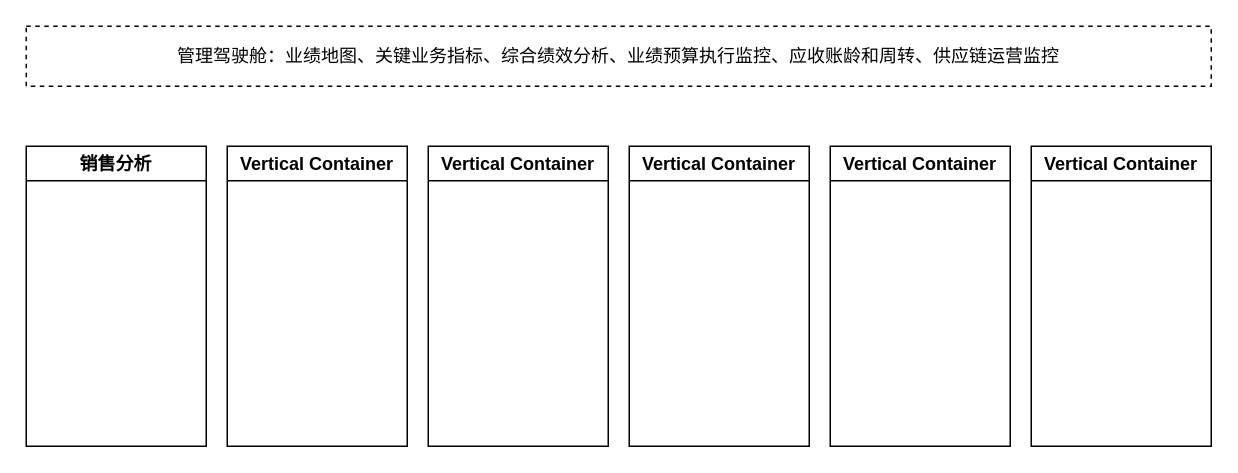
Before: zym-报表&BI架构.drawio in ztacode/drawio, a draw.io diagram. Source tidied: cells renumbered, new cells numbered last; positions are measured from the earlier drawing's top-left corner, leaving out a move shared by most shapes. Both pictures are drawn from the tidied source at 150%, with x=0, y=0 at pixel (26, 26).
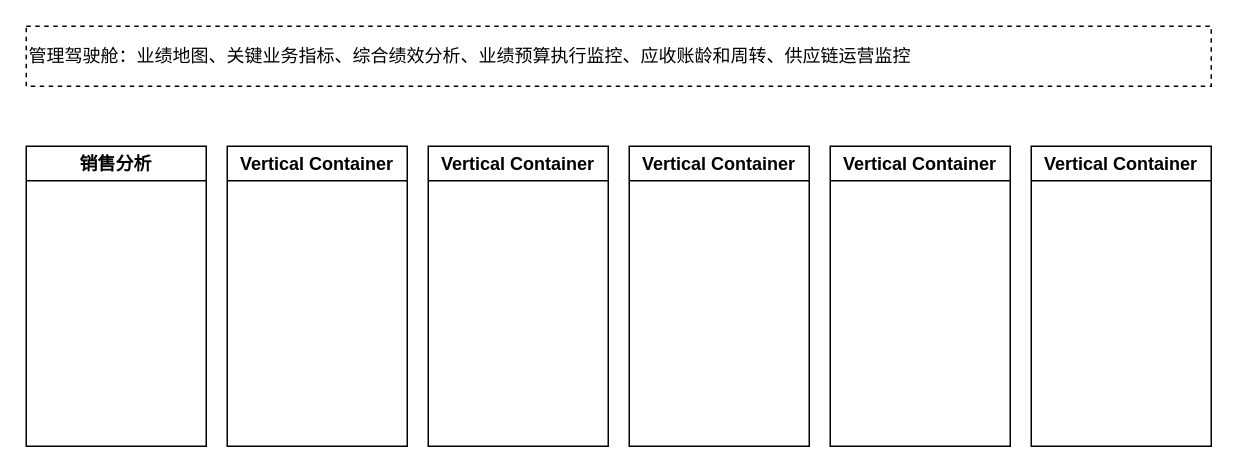
After the change.

Commit message (it also covers changes not shown here):
更新zym-报表&BI架构.drawio

Change to the diagram source:
```diff
@@
 <mxGraphModel>
   <root>
     <mxCell id="0" />
     <mxCell id="1" parent="0" />
     <mxCell id="2" value="销售分析" style="swimlane;whiteSpace=wrap;html=1;" parent="1" vertex="1">
       <mxGeometry y="80" width="120" height="200" as="geometry" />
     </mxCell>
     <mxCell id="3" value="Vertical Container" style="swimlane;whiteSpace=wrap;html=1;" parent="1" vertex="1">
       <mxGeometry x="134" y="80" width="120" height="200" as="geometry" />
     </mxCell>
     <mxCell id="4" value="Vertical Container" style="swimlane;whiteSpace=wrap;html=1;" parent="1" vertex="1">
       <mxGeometry x="268" y="80" width="120" height="200" as="geometry" />
     </mxCell>
     <mxCell id="5" value="Vertical Container" style="swimlane;whiteSpace=wrap;html=1;" parent="1" vertex="1">
       <mxGeometry x="402" y="80" width="120" height="200" as="geometry" />
     </mxCell>
     <mxCell id="6" value="Vertical Container" style="swimlane;whiteSpace=wrap;html=1;" parent="1" vertex="1">
       <mxGeometry x="536" y="80" width="120" height="200" as="geometry" />
     </mxCell>
     <mxCell id="7" value="Vertical Container" style="swimlane;whiteSpace=wrap;html=1;" parent="1" vertex="1">
       <mxGeometry x="670" y="80" width="120" height="200" as="geometry" />
     </mxCell>
-    <mxCell id="8" value="管理驾驶舱：业绩地图、关键业务指标、综合绩效分析、业绩预算执行监控、应收账龄和周转、供应链运营监控" style="rounded=0;whiteSpace=wrap;html=1;dashed=1;" parent="1" vertex="1">
+    <mxCell id="8" value="管理驾驶舱：业绩地图、关键业务指标、综合绩效分析、业绩预算执行监控、应收账龄和周转、供应链运营监控" style="rounded=0;whiteSpace=wrap;html=1;dashed=1;align=left;" parent="1" vertex="1">
       <mxGeometry width="790" height="40" as="geometry" />
     </mxCell>
   </root>
 </mxGraphModel>
```
